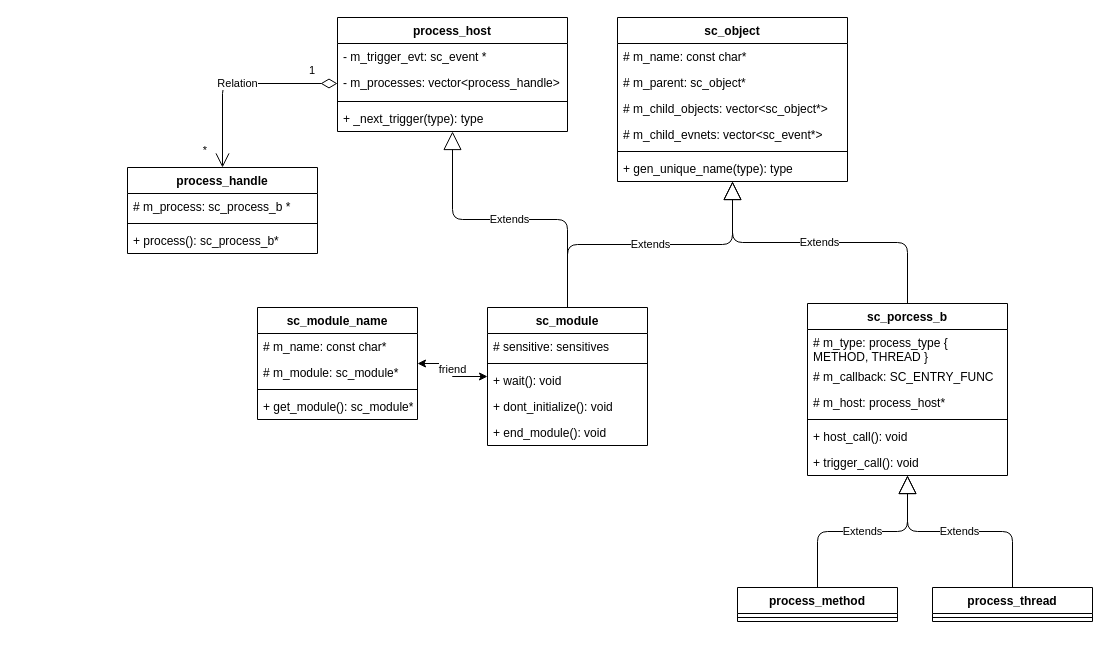
Above: scgo_cpp.drawio in Dercury/CLDK (draw.io), before the change. Source tidied: cells renumbered, new cells numbered last; positions are measured from the earlier drawing's top-left corner, leaving out a move shared by most shapes. Both pictures are drawn from the tidied source at 100%, with x=0, y=0 at pixel (127, 17).
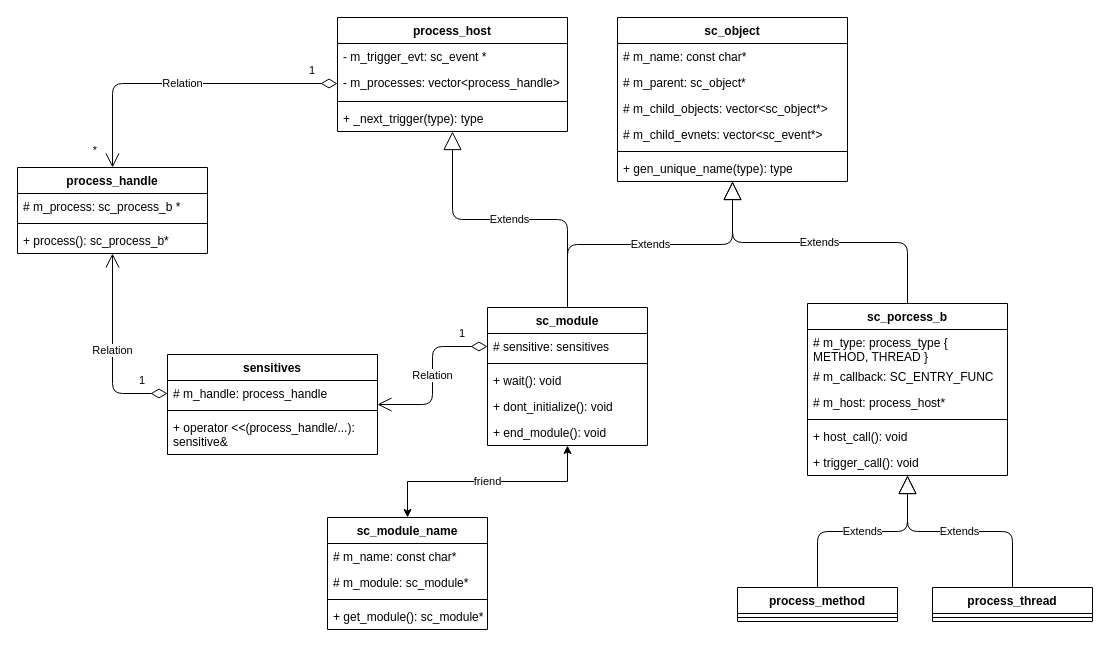
Above is the later version.

The change refers to these unchanged cells:
```xml
<mxCell id="25" value="# sensitive: sensitives" style="text;strokeColor=none;fillColor=none;align=left;verticalAlign=top;spacingLeft=4;spacingRight=4;overflow=hidden;points=[[0,0.5],[1,0.5]];portConstraint=eastwest;" parent="24" vertex="1">
  <mxGeometry y="26" width="160" height="26" as="geometry" />
</mxCell>
```

The edit, as a diff of the source:
```diff
@@
     <mxCell id="37" value="sc_module_name" style="swimlane;fontStyle=1;align=center;verticalAlign=top;horizontal=1;startSize=26;" parent="1" vertex="1">
-      <mxGeometry x="130" y="290" width="160" height="112" as="geometry" />
+      <mxGeometry x="200" y="500" width="160" height="112" as="geometry" />
     </mxCell>
@@
     <mxCell id="42" value="process_handle" style="swimlane;fontStyle=1;align=center;verticalAlign=top;horizontal=1;startSize=26;" parent="1" vertex="1">
-      <mxGeometry y="150" width="190" height="86" as="geometry" />
+      <mxGeometry x="-110" y="150" width="190" height="86" as="geometry" />
     </mxCell>
@@
+    <mxCell id="49" value="sensitives" style="swimlane;fontStyle=1;align=center;verticalAlign=top;horizontal=1;startSize=26;" parent="1" vertex="1">
+      <mxGeometry x="40" y="337" width="210" height="100" as="geometry" />
+    </mxCell>
+    <mxCell id="50" value="# m_handle: process_handle" style="text;strokeColor=none;fillColor=none;align=left;verticalAlign=top;spacingLeft=4;spacingRight=4;overflow=hidden;points=[[0,0.5],[1,0.5]];portConstraint=eastwest;" parent="49" vertex="1">
+      <mxGeometry y="26" width="210" height="26" as="geometry" />
+    </mxCell>
+    <mxCell id="51" style="line;strokeWidth=1;fillColor=none;align=left;verticalAlign=middle;spacingTop=-1;spacingLeft=3;spacingRight=3;labelPosition=right;" parent="49" vertex="1">
+      <mxGeometry y="52" width="210" height="8" as="geometry" />
+    </mxCell>
+    <mxCell id="52" value="+ operator &lt;&lt;(process_handle/...): sensitive&amp;" style="text;strokeColor=none;fillColor=none;align=left;verticalAlign=top;spacingLeft=4;spacingRight=4;overflow=hidden;whiteSpace=wrap;" parent="49" vertex="1">
+      <mxGeometry y="60" width="210" height="40" as="geometry" />
+    </mxCell>
+    <mxCell id="53" value="Relation" style="endArrow=open;html=1;endSize=12;startArrow=diamondThin;startSize=14;startFill=0;edgeStyle=orthogonalEdgeStyle;" parent="1" edge="1" source="25" target="49">
+      <mxGeometry relative="1" as="geometry" />
+    </mxCell>
+    <mxCell id="54" value="1" style="edgeLabel;html=1;align=left;verticalAlign=top;" parent="53" vertex="1">
+      <mxGeometry x="-1" relative="1" as="geometry">
+        <mxPoint x="-30" y="-26" as="offset" />
+      </mxGeometry>
+    </mxCell>
+    <mxCell id="55" value="Relation" style="endArrow=open;html=1;endSize=12;startArrow=diamondThin;startSize=14;startFill=0;edgeStyle=orthogonalEdgeStyle;" parent="1" edge="1" source="50" target="42">
+      <mxGeometry relative="1" as="geometry" />
+    </mxCell>
+    <mxCell id="56" value="1" style="edgeLabel;html=1;align=left;verticalAlign=top;" parent="55" vertex="1">
+      <mxGeometry x="-1" relative="1" as="geometry">
+        <mxPoint x="-30" y="-26" as="offset" />
+      </mxGeometry>
+    </mxCell>
```
